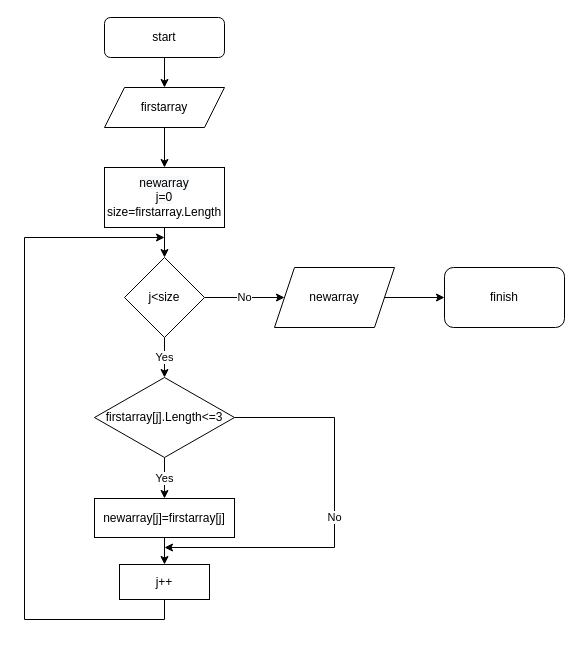
Earlier version of the draw.io diagram algoritm.drawio (iTanya4/itog1). Source tidied: cells renumbered, new cells numbered last; positions are measured from the earlier drawing's top-left corner, leaving out a move shared by most shapes. Both pictures are drawn from the tidied source at 100%, with x=0, y=0 at pixel (24, 17).
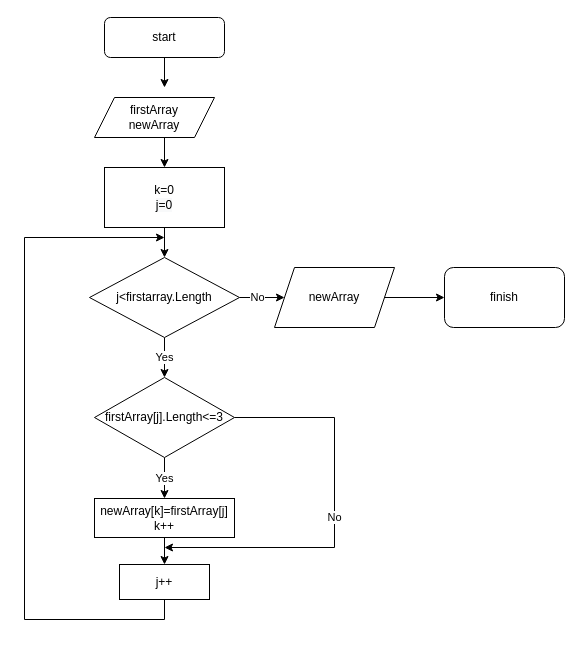
Above is the later version.

Diff of the diagram source:
```diff
@@
-    <mxCell id="5" value="firstarray&lt;br&gt;" style="shape=parallelogram;perimeter=parallelogramPerimeter;whiteSpace=wrap;html=1;fixedSize=1;" parent="1" vertex="1">
-      <mxGeometry x="80" y="70" width="120" height="40" as="geometry" />
+    <mxCell id="5" value="firstArray&lt;br&gt;newArray" style="shape=parallelogram;perimeter=parallelogramPerimeter;whiteSpace=wrap;html=1;fixedSize=1;" parent="1" vertex="1">
+      <mxGeometry x="70" y="80" width="120" height="40" as="geometry" />
     </mxCell>
@@
-    <mxCell id="8" value="j&amp;lt;size" style="rhombus;whiteSpace=wrap;html=1;" parent="1" vertex="1">
-      <mxGeometry x="100" y="240" width="80" height="80" as="geometry" />
+    <mxCell id="8" value="j&amp;lt;firstarray.Length" style="rhombus;whiteSpace=wrap;html=1;" parent="1" vertex="1">
+      <mxGeometry x="65" y="240" width="150" height="80" as="geometry" />
     </mxCell>
@@
-    <mxCell id="11" value="firstarray[j].Length&amp;lt;=3" style="rhombus;whiteSpace=wrap;html=1;" parent="1" vertex="1">
+    <mxCell id="11" value="firstArray[j].Length&amp;lt;=3" style="rhombus;whiteSpace=wrap;html=1;" parent="1" vertex="1">
       <mxGeometry x="70" y="360" width="140" height="80" as="geometry" />
     </mxCell>
@@
-    <mxCell id="13" value="newarray" style="shape=parallelogram;perimeter=parallelogramPerimeter;whiteSpace=wrap;html=1;fixedSize=1;" parent="1" vertex="1">
+    <mxCell id="13" value="newArray" style="shape=parallelogram;perimeter=parallelogramPerimeter;whiteSpace=wrap;html=1;fixedSize=1;" parent="1" vertex="1">
       <mxGeometry x="250" y="250" width="120" height="60" as="geometry" />
     </mxCell>
@@
-    <mxCell id="16" value="&lt;span style=&quot;color: rgb(0, 0, 0); font-family: Helvetica; font-size: 12px; font-style: normal; font-variant-ligatures: normal; font-variant-caps: normal; font-weight: 400; letter-spacing: normal; orphans: 2; text-align: center; text-indent: 0px; text-transform: none; widows: 2; word-spacing: 0px; -webkit-text-stroke-width: 0px; background-color: rgb(248, 249, 250); text-decoration-thickness: initial; text-decoration-style: initial; text-decoration-color: initial; float: none; display: inline !important;&quot;&gt;newarray&lt;/span&gt;&lt;br style=&quot;color: rgb(0, 0, 0); font-family: Helvetica; font-size: 12px; font-style: normal; font-variant-ligatures: normal; font-variant-caps: normal; font-weight: 400; letter-spacing: normal; orphans: 2; text-align: center; text-indent: 0px; text-transform: none; widows: 2; word-spacing: 0px; -webkit-text-stroke-width: 0px; background-color: rgb(248, 249, 250); text-decoration-thickness: initial; text-decoration-style: initial; text-decoration-color: initial;&quot;&gt;&lt;span style=&quot;color: rgb(0, 0, 0); font-family: Helvetica; font-size: 12px; font-style: normal; font-variant-ligatures: normal; font-variant-caps: normal; font-weight: 400; letter-spacing: normal; orphans: 2; text-align: center; text-indent: 0px; text-transform: none; widows: 2; word-spacing: 0px; -webkit-text-stroke-width: 0px; background-color: rgb(248, 249, 250); text-decoration-thickness: initial; text-decoration-style: initial; text-decoration-color: initial; float: none; display: inline !important;&quot;&gt;j=0&lt;br&gt;&lt;/span&gt;size=firstarray.Length" style="rounded=0;whiteSpace=wrap;html=1;" parent="1" vertex="1">
+    <mxCell id="16" value="k=0&lt;br style=&quot;color: rgb(0, 0, 0); font-family: Helvetica; font-size: 12px; font-style: normal; font-variant-ligatures: normal; font-variant-caps: normal; font-weight: 400; letter-spacing: normal; orphans: 2; text-align: center; text-indent: 0px; text-transform: none; widows: 2; word-spacing: 0px; -webkit-text-stroke-width: 0px; background-color: rgb(248, 249, 250); text-decoration-thickness: initial; text-decoration-style: initial; text-decoration-color: initial;&quot;&gt;&lt;span style=&quot;color: rgb(0, 0, 0); font-family: Helvetica; font-size: 12px; font-style: normal; font-variant-ligatures: normal; font-variant-caps: normal; font-weight: 400; letter-spacing: normal; orphans: 2; text-align: center; text-indent: 0px; text-transform: none; widows: 2; word-spacing: 0px; -webkit-text-stroke-width: 0px; background-color: rgb(248, 249, 250); text-decoration-thickness: initial; text-decoration-style: initial; text-decoration-color: initial; float: none; display: inline !important;&quot;&gt;j=0&lt;/span&gt;" style="rounded=0;whiteSpace=wrap;html=1;" parent="1" vertex="1">
       <mxGeometry x="80" y="150" width="120" height="60" as="geometry" />
     </mxCell>
@@
-    <mxCell id="18" value="newarray[j]=firstarray[j]" style="rounded=0;whiteSpace=wrap;html=1;" parent="1" vertex="1">
+    <mxCell id="18" value="newArray[k]=firstArray[j]&lt;br&gt;k++" style="rounded=0;whiteSpace=wrap;html=1;" parent="1" vertex="1">
       <mxGeometry x="70" y="481" width="140" height="39" as="geometry" />
     </mxCell>
```
